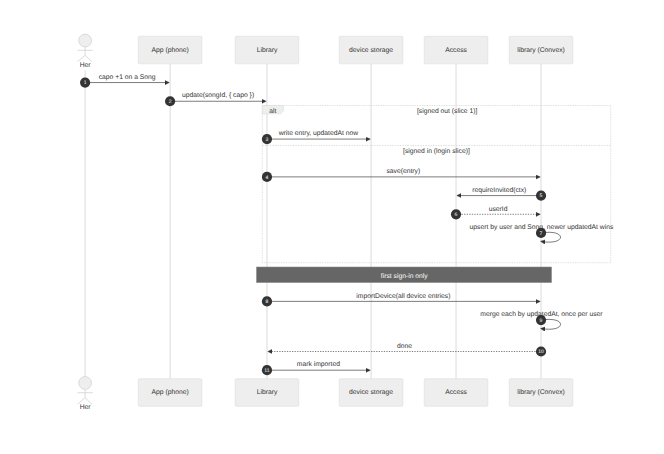
Earlier version of the Mermaid export docs/architecture/openchords/library-write.png (Silthus/openchords). Its source is kept beside it as docs/architecture/openchords/library-write.mmd. Its diagram source:
```mermaid
sequenceDiagram
  autonumber
  actor Her
  participant App as App (phone)
  participant Lib as Library
  participant Dev as device storage
  participant Acc as Access
  participant LC as library (Convex)
  Her->>App: capo +1 on a Song
  App->>Lib: update(songId, { capo })
  alt signed out (slice 1)
    Lib->>Dev: write entry, updatedAt now
  else signed in (login slice)
    Lib->>LC: save(entry)
    LC->>Acc: requireInvited(ctx)
    Acc-->>LC: userId
    LC->>LC: upsert by user and Song, newer updatedAt wins
  end
  Note over Lib,LC: first sign-in only
  Lib->>LC: importDevice(all device entries)
  LC->>LC: merge each by updatedAt, once per user
  LC-->>Lib: done
  Lib->>Dev: mark imported
```
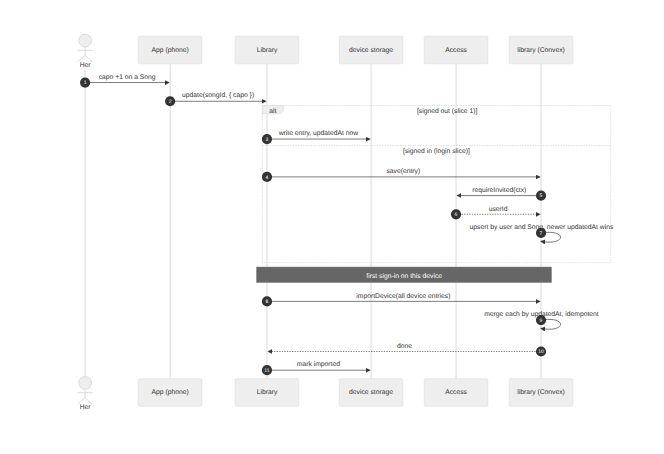
Above is the later version.

The edit, as a diff of the source:
```diff
@@ -16,8 +16,8 @@
     Acc-->>LC: userId
     LC->>LC: upsert by user and Song, newer updatedAt wins
   end
-  Note over Lib,LC: first sign-in only
+  Note over Lib,LC: first sign-in on this device
   Lib->>LC: importDevice(all device entries)
-  LC->>LC: merge each by updatedAt, once per user
+  LC->>LC: merge each by updatedAt, idempotent
   LC-->>Lib: done
   Lib->>Dev: mark imported
```
